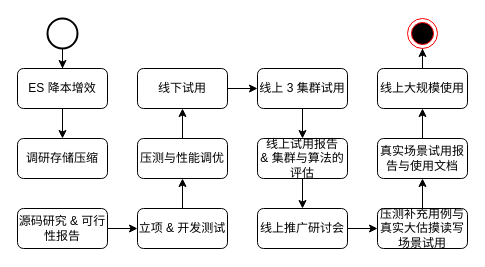
Earlier version of the draw.io diagram zstd 整个流程.drawio (believezzd/diagrams). Source tidied: cells renumbered, new cells numbered last; positions are measured from the earlier drawing's top-left corner, leaving out a move shared by most shapes. Both pictures are drawn from the tidied source at 100%, with x=0, y=0 at pixel (17, 18).
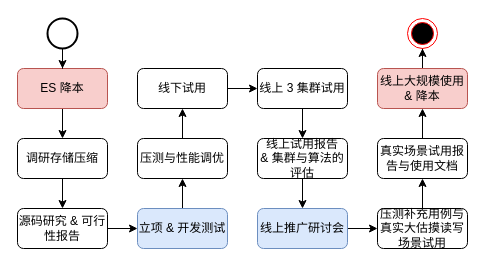
The same diagram, later.

Commit message:
更新zstd 整个流程.drawio

The change refers to these unchanged cells:
```xml
<mxCell id="4" value="调研存储压缩" style="rounded=1;whiteSpace=wrap;html=1;" parent="1" vertex="1">
  <mxGeometry y="120" width="90" height="40" as="geometry" />
</mxCell>
<mxCell id="6" value="源码研究 &amp;amp; 可行性报告" style="rounded=1;whiteSpace=wrap;html=1;" parent="1" vertex="1">
  <mxGeometry y="190" width="90" height="40" as="geometry" />
</mxCell>
```

Diff of the diagram source:
```diff
@@
-    <mxCell id="3" value="ES 降本增效" style="rounded=1;whiteSpace=wrap;html=1;" parent="1" vertex="1">
+    <mxCell id="3" value="ES 降本" style="rounded=1;whiteSpace=wrap;html=1;fillColor=#f8cecc;strokeColor=#b85450;" parent="1" vertex="1">
       <mxGeometry y="50" width="90" height="40" as="geometry" />
     </mxCell>
+    <mxCell id="28" style="edgeStyle=orthogonalEdgeStyle;rounded=0;jettySize=auto;html=1;" parent="1" edge="1" source="4" target="6">
+      <mxGeometry relative="1" as="geometry" />
+    </mxCell>
@@
-    <mxCell id="8" value="立项 &amp;amp; 开发测试" style="rounded=1;whiteSpace=wrap;html=1;" parent="1" vertex="1">
+    <mxCell id="8" value="立项 &amp;amp; 开发测试" style="rounded=1;whiteSpace=wrap;html=1;fillColor=#dae8fc;strokeColor=#6c8ebf;" parent="1" vertex="1">
       <mxGeometry x="120" y="190" width="90" height="40" as="geometry" />
     </mxCell>
@@
-    <mxCell id="18" value="线上推广研讨会" style="rounded=1;whiteSpace=wrap;html=1;" parent="1" vertex="1">
+    <mxCell id="18" value="线上推广研讨会" style="rounded=1;whiteSpace=wrap;html=1;fillColor=#dae8fc;strokeColor=#6c8ebf;" parent="1" vertex="1">
       <mxGeometry x="240" y="190" width="90" height="40" as="geometry" />
     </mxCell>
@@
-    <mxCell id="24" value="线上大规模使用" style="rounded=1;whiteSpace=wrap;html=1;" parent="1" vertex="1">
+    <mxCell id="24" value="线上大规模使用 &amp;amp; 降本" style="rounded=1;whiteSpace=wrap;html=1;fillColor=#f8cecc;strokeColor=#b85450;" parent="1" vertex="1">
       <mxGeometry x="360" y="50" width="90" height="40" as="geometry" />
     </mxCell>
```
